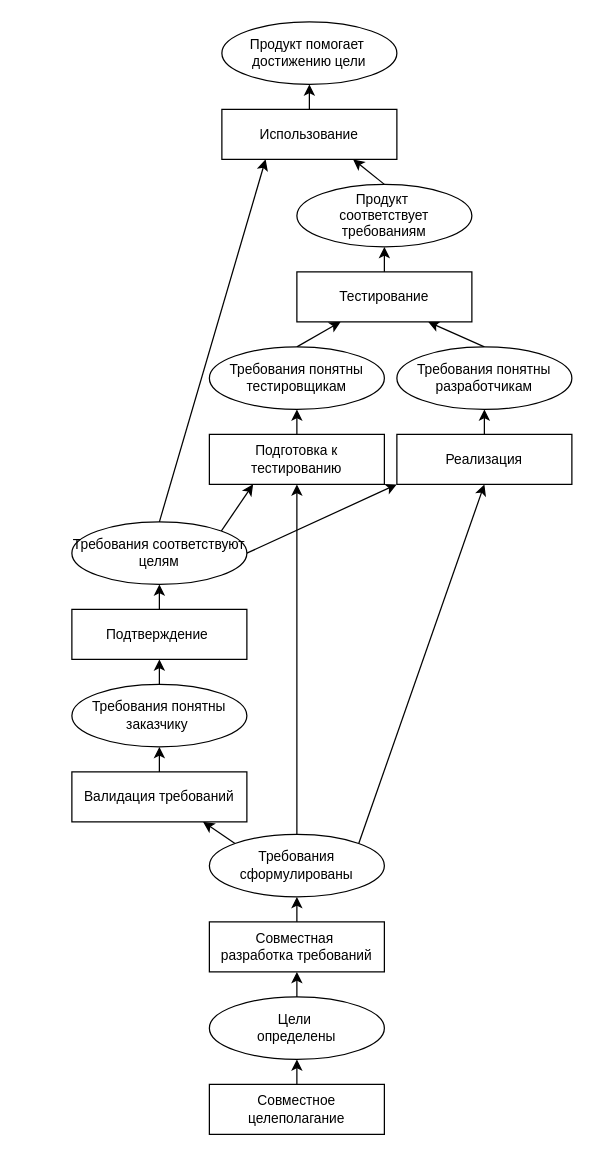
Before: success-history.drawio in chaetal/why-test-first, a draw.io diagram. Source tidied: cells renumbered, new cells numbered last; positions are measured from the earlier drawing's top-left corner, leaving out a move shared by most shapes. Both pictures are drawn from the tidied source at 125%, with x=0, y=0 at pixel (71, 21).
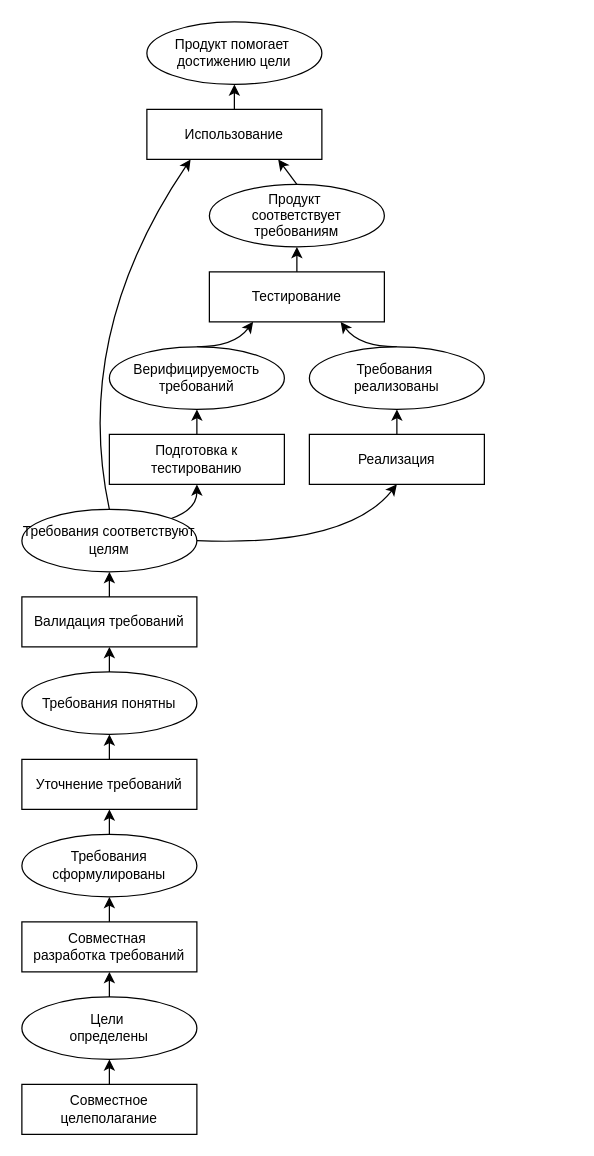
The same diagram, later.

Change to the diagram source:
```diff
@@
     <mxCell id="2" value="Продукт&amp;nbsp;&lt;div style=&quot;font-size: 11px;&quot;&gt;соответствует требованиям&lt;/div&gt;" style="ellipse;whiteSpace=wrap;html=1;fontSize=11;" parent="1" vertex="1">
-      <mxGeometry x="180" y="130" width="140" height="50" as="geometry" />
+      <mxGeometry x="110" y="130" width="140" height="50" as="geometry" />
     </mxCell>
-    <mxCell id="3" style="rounded=0;jettySize=auto;html=1;entryX=0.25;entryY=1;entryDx=0;entryDy=0;exitX=1;exitY=0;exitDx=0;exitDy=0;fontSize=11;" parent="1" edge="1" source="5" target="28">
-      <mxGeometry relative="1" as="geometry" />
+    <mxCell id="3" style="rounded=0;jettySize=auto;html=1;exitX=1;exitY=0;exitDx=0;exitDy=0;entryX=0.5;entryY=1;entryDx=0;entryDy=0;curved=1;" parent="1" edge="1" source="5" target="28">
+      <mxGeometry relative="1" as="geometry">
+        <Array as="points">
+          <mxPoint x="100" y="390" />
+        </Array>
+      </mxGeometry>
     </mxCell>
-    <mxCell id="4" style="rounded=0;jettySize=auto;html=1;entryX=0;entryY=1;entryDx=0;entryDy=0;exitX=1;exitY=0.5;exitDx=0;exitDy=0;fontSize=11;" parent="1" edge="1" source="5" target="26">
-      <mxGeometry relative="1" as="geometry" />
+    <mxCell id="4" style="rounded=0;jettySize=auto;html=1;exitX=1;exitY=0.5;exitDx=0;exitDy=0;entryX=0.5;entryY=1;entryDx=0;entryDy=0;curved=1;" parent="1" edge="1" source="5" target="26">
+      <mxGeometry relative="1" as="geometry">
+        <Array as="points">
+          <mxPoint x="220" y="420" />
+        </Array>
+      </mxGeometry>
     </mxCell>
     <mxCell id="5" value="Требования соответствуют целям" style="ellipse;whiteSpace=wrap;html=1;fontSize=11;" parent="1" vertex="1">
-      <mxGeometry y="400" width="140" height="50" as="geometry" />
+      <mxGeometry x="-40" y="390" width="140" height="50" as="geometry" />
     </mxCell>
-    <mxCell id="6" style="rounded=0;jettySize=auto;html=1;entryX=0.75;entryY=1;entryDx=0;entryDy=0;exitX=0.5;exitY=0;exitDx=0;exitDy=0;fontSize=11;" parent="1" edge="1" source="7" target="22">
-      <mxGeometry relative="1" as="geometry" />
+    <mxCell id="6" style="rounded=0;jettySize=auto;html=1;entryX=0.75;entryY=1;entryDx=0;entryDy=0;exitX=0.5;exitY=0;exitDx=0;exitDy=0;fontSize=11;curved=1;" parent="1" edge="1" source="7" target="22">
+      <mxGeometry relative="1" as="geometry">
+        <Array as="points">
+          <mxPoint x="230" y="260" />
+        </Array>
+      </mxGeometry>
     </mxCell>
-    <mxCell id="7" value="Требования понятны разработчикам" style="ellipse;whiteSpace=wrap;html=1;fontSize=11;" parent="1" vertex="1">
-      <mxGeometry x="260" y="260" width="140" height="50" as="geometry" />
+    <mxCell id="7" value="Требования&amp;nbsp;&lt;div&gt;реализованы&lt;/div&gt;" style="ellipse;whiteSpace=wrap;html=1;fontSize=11;" parent="1" vertex="1">
+      <mxGeometry x="190" y="260" width="140" height="50" as="geometry" />
     </mxCell>
-    <mxCell id="8" style="rounded=0;jettySize=auto;html=1;exitX=0.5;exitY=0;exitDx=0;exitDy=0;entryX=0.25;entryY=1;entryDx=0;entryDy=0;fontSize=11;" parent="1" edge="1" source="9" target="22">
-      <mxGeometry relative="1" as="geometry" />
+    <mxCell id="8" style="rounded=0;jettySize=auto;html=1;exitX=0.5;exitY=0;exitDx=0;exitDy=0;entryX=0.25;entryY=1;entryDx=0;entryDy=0;fontSize=11;curved=1;" parent="1" edge="1" source="9" target="22">
+      <mxGeometry relative="1" as="geometry">
+        <Array as="points">
+          <mxPoint x="130" y="260" />
+        </Array>
+      </mxGeometry>
     </mxCell>
-    <mxCell id="9" value="Требования понятны тестировщикам" style="ellipse;whiteSpace=wrap;html=1;fontSize=11;" parent="1" vertex="1">
-      <mxGeometry x="110" y="260" width="140" height="50" as="geometry" />
+    <mxCell id="9" value="Верифицируемость требований" style="ellipse;whiteSpace=wrap;html=1;fontSize=11;" parent="1" vertex="1">
+      <mxGeometry x="30" y="260" width="140" height="50" as="geometry" />
     </mxCell>
-    <mxCell id="10" style="rounded=0;jettySize=auto;html=1;entryX=0.5;entryY=1;entryDx=0;entryDy=0;exitX=1;exitY=0;exitDx=0;exitDy=0;fontSize=11;" parent="1" edge="1" source="13" target="26">
-      <mxGeometry relative="1" as="geometry" />
-    </mxCell>
-    <mxCell id="11" style="rounded=0;jettySize=auto;html=1;exitX=0.5;exitY=0;exitDx=0;exitDy=0;entryX=0.5;entryY=1;entryDx=0;entryDy=0;fontSize=11;" parent="1" edge="1" source="13" target="28">
+    <mxCell id="11" style="rounded=0;jettySize=auto;html=1;exitX=0.5;exitY=0;exitDx=0;exitDy=0;entryX=0.5;entryY=1;entryDx=0;entryDy=0;fontSize=11;" parent="1" edge="1" source="13" target="42">
       <mxGeometry relative="1" as="geometry" />
     </mxCell>
-    <mxCell id="12" style="rounded=0;jettySize=auto;html=1;exitX=0;exitY=0;exitDx=0;exitDy=0;entryX=0.75;entryY=1;entryDx=0;entryDy=0;fontSize=11;" parent="1" edge="1" source="13" target="32">
-      <mxGeometry relative="1" as="geometry" />
-    </mxCell>
     <mxCell id="13" value="Требования сформулированы" style="ellipse;whiteSpace=wrap;html=1;fontSize=11;" parent="1" vertex="1">
-      <mxGeometry x="110" y="650" width="140" height="50" as="geometry" />
+      <mxGeometry x="-40" y="650" width="140" height="50" as="geometry" />
     </mxCell>
@@
     <mxCell id="15" value="Цели&amp;nbsp;&lt;div style=&quot;font-size: 11px;&quot;&gt;&lt;span style=&quot;background-color: initial; font-size: 11px;&quot;&gt;определены&lt;/span&gt;&lt;/div&gt;" style="ellipse;whiteSpace=wrap;html=1;fontSize=11;" parent="1" vertex="1">
-      <mxGeometry x="110" y="780" width="140" height="50" as="geometry" />
+      <mxGeometry x="-40" y="780" width="140" height="50" as="geometry" />
     </mxCell>
     <mxCell id="16" value="Продукт помогает&amp;nbsp;&lt;div style=&quot;font-size: 11px;&quot;&gt;достижению цели&lt;/div&gt;" style="ellipse;whiteSpace=wrap;html=1;fontSize=11;" parent="1" vertex="1">
-      <mxGeometry x="120" width="140" height="50" as="geometry" />
+      <mxGeometry x="60" width="140" height="50" as="geometry" />
     </mxCell>
-    <mxCell id="17" style="endArrow=classic;html=1;rounded=0;exitX=0.5;exitY=0;exitDx=0;exitDy=0;entryX=0.75;entryY=1;entryDx=0;entryDy=0;fontSize=11;" parent="1" edge="1" source="2" target="20">
+    <mxCell id="17" style="endArrow=classic;html=1;rounded=0;exitX=0.5;exitY=0;exitDx=0;exitDy=0;entryX=0.75;entryY=1;entryDx=0;entryDy=0;fontSize=11;curved=1;" parent="1" edge="1" source="2" target="20">
       <mxGeometry relative="1" as="geometry" />
     </mxCell>
+    <mxCell id="38" value="&lt;div&gt;&lt;br&gt;&lt;/div&gt;&lt;div&gt;&lt;br&gt;&lt;/div&gt;" style="edgeLabel;html=1;align=center;verticalAlign=middle;" parent="17" vertex="1">
+      <mxGeometry y="2" relative="1" as="geometry" />
+    </mxCell>
-    <mxCell id="18" style="endArrow=classic;html=1;rounded=0;exitX=0.5;exitY=0;exitDx=0;exitDy=0;entryX=0.25;entryY=1;entryDx=0;entryDy=0;fontSize=11;" parent="1" edge="1" source="5" target="20">
-      <mxGeometry relative="1" as="geometry" />
+    <mxCell id="18" style="endArrow=classic;html=1;rounded=0;exitX=0.5;exitY=0;exitDx=0;exitDy=0;entryX=0.25;entryY=1;entryDx=0;entryDy=0;fontSize=11;curved=1;" parent="1" edge="1" source="5" target="20">
+      <mxGeometry relative="1" as="geometry">
+        <Array as="points">
+          <mxPoint y="250" />
+        </Array>
+      </mxGeometry>
     </mxCell>
@@
     <mxCell id="20" value="Использование" style="rounded=0;whiteSpace=wrap;html=1;fontSize=11;" parent="1" vertex="1">
-      <mxGeometry x="120" y="70" width="140" height="40" as="geometry" />
+      <mxGeometry x="60" y="70" width="140" height="40" as="geometry" />
     </mxCell>
@@
     <mxCell id="22" value="Тестирование" style="whiteSpace=wrap;html=1;fontSize=11;" parent="1" vertex="1">
-      <mxGeometry x="180" y="200" width="140" height="40" as="geometry" />
+      <mxGeometry x="110" y="200" width="140" height="40" as="geometry" />
     </mxCell>
@@
-    <mxCell id="24" value="Подтверждение&amp;nbsp;" style="whiteSpace=wrap;html=1;fontSize=11;" parent="1" vertex="1">
-      <mxGeometry y="470" width="140" height="40" as="geometry" />
+    <mxCell id="24" value="Валидация требований" style="whiteSpace=wrap;html=1;fontSize=11;" parent="1" vertex="1">
+      <mxGeometry x="-40" y="460" width="140" height="40" as="geometry" />
     </mxCell>
@@
     <mxCell id="26" value="Реализация" style="whiteSpace=wrap;html=1;fontSize=11;" parent="1" vertex="1">
-      <mxGeometry x="260" y="330" width="140" height="40" as="geometry" />
+      <mxGeometry x="190" y="330" width="140" height="40" as="geometry" />
     </mxCell>
@@
     <mxCell id="28" value="Подготовка к тестированию" style="whiteSpace=wrap;html=1;fontSize=11;" parent="1" vertex="1">
-      <mxGeometry x="110" y="330" width="140" height="40" as="geometry" />
+      <mxGeometry x="30" y="330" width="140" height="40" as="geometry" />
     </mxCell>
@@
-    <mxCell id="30" style="rounded=0;jettySize=auto;html=1;entryX=0.5;entryY=1;entryDx=0;entryDy=0;fontSize=11;" parent="1" edge="1" source="31" target="24">
-      <mxGeometry relative="1" as="geometry" />
-    </mxCell>
-    <mxCell id="31" value="Требования понятны заказчику&amp;nbsp;" style="ellipse;whiteSpace=wrap;html=1;fontSize=11;" parent="1" vertex="1">
-      <mxGeometry y="530" width="140" height="50" as="geometry" />
-    </mxCell>
-    <mxCell id="32" value="Валидация требований" style="whiteSpace=wrap;html=1;fontSize=11;" parent="1" vertex="1">
-      <mxGeometry y="600" width="140" height="40" as="geometry" />
-    </mxCell>
-    <mxCell id="33" style="rounded=0;jettySize=auto;html=1;entryX=0.5;entryY=1;entryDx=0;entryDy=0;fontSize=11;" parent="1" edge="1" source="32" target="31">
-      <mxGeometry relative="1" as="geometry" />
-    </mxCell>
     <mxCell id="34" value="Совместная&amp;nbsp;&lt;div style=&quot;font-size: 11px;&quot;&gt;разработка&amp;nbsp;&lt;span style=&quot;background-color: initial; font-size: 11px;&quot;&gt;требований&lt;/span&gt;&lt;/div&gt;" style="whiteSpace=wrap;html=1;fontSize=11;" parent="1" vertex="1">
-      <mxGeometry x="110" y="720" width="140" height="40" as="geometry" />
+      <mxGeometry x="-40" y="720" width="140" height="40" as="geometry" />
     </mxCell>
@@
     <mxCell id="36" value="Совместное целеполаган&lt;span style=&quot;background-color: initial; font-size: 11px;&quot;&gt;ие&lt;/span&gt;" style="whiteSpace=wrap;html=1;fontSize=11;" parent="1" vertex="1">
-      <mxGeometry x="110" y="850" width="140" height="40" as="geometry" />
+      <mxGeometry x="-40" y="850" width="140" height="40" as="geometry" />
     </mxCell>
@@
+    <mxCell id="39" value="Требования понятны" style="ellipse;whiteSpace=wrap;html=1;fontSize=11;" parent="1" vertex="1">
+      <mxGeometry x="-40" y="520" width="140" height="50" as="geometry" />
+    </mxCell>
+    <mxCell id="40" style="rounded=0;jettySize=auto;html=1;exitX=0.5;exitY=0;exitDx=0;exitDy=0;entryX=0.5;entryY=1;entryDx=0;entryDy=0;" parent="1" edge="1" source="39" target="24">
+      <mxGeometry relative="1" as="geometry" />
+    </mxCell>
+    <mxCell id="41" style="rounded=0;jettySize=auto;html=1;exitX=0.5;exitY=0;exitDx=0;exitDy=0;entryX=0.5;entryY=1;entryDx=0;entryDy=0;" parent="1" edge="1" source="42" target="39">
+      <mxGeometry relative="1" as="geometry" />
+    </mxCell>
+    <mxCell id="42" value="Уточнение требований" style="whiteSpace=wrap;html=1;fontSize=11;" parent="1" vertex="1">
+      <mxGeometry x="-40" y="590" width="140" height="40" as="geometry" />
+    </mxCell>
```
